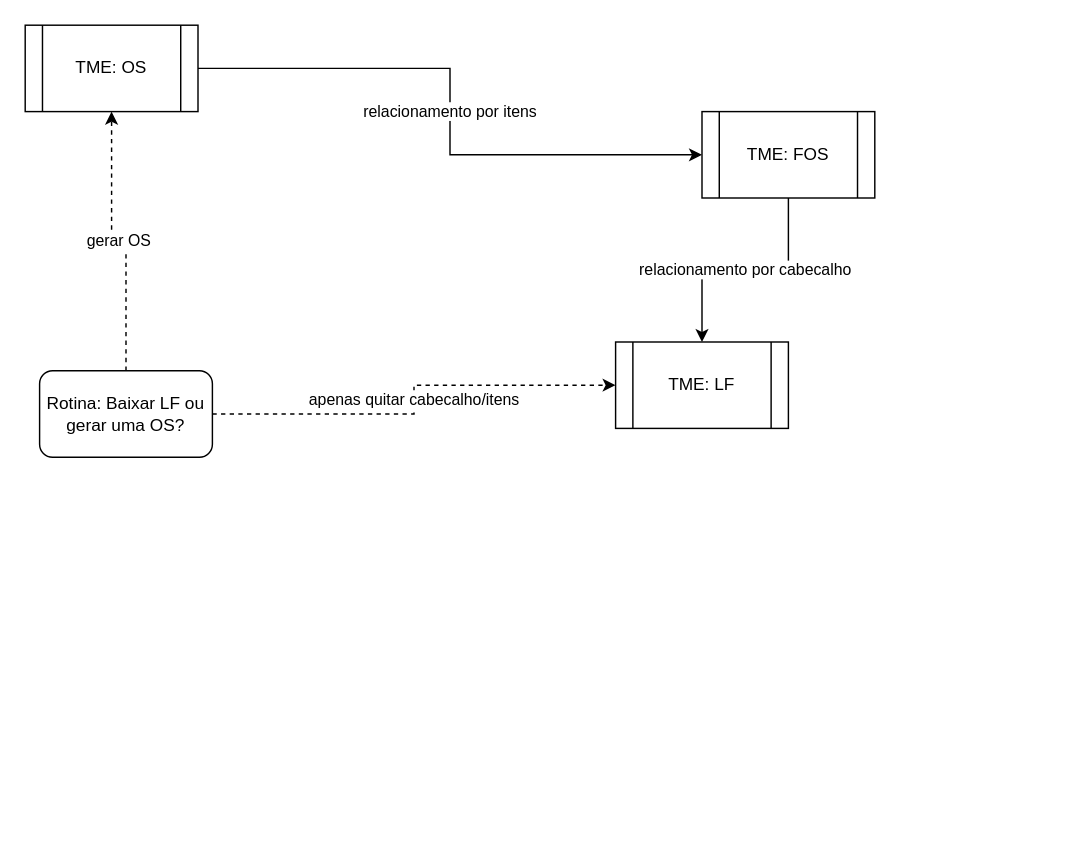
This is diagrams/politec-Lembrete.Futuro.drawio from kaichiro/Omnia-Controls-Lib, a draw.io file, before an edit. Source tidied: cells renumbered, new cells numbered last; positions are measured from the earlier drawing's top-left corner, leaving out a move shared by most shapes. Both pictures are drawn from the tidied source at 144%, with x=0, y=0 at pixel (24, 24).
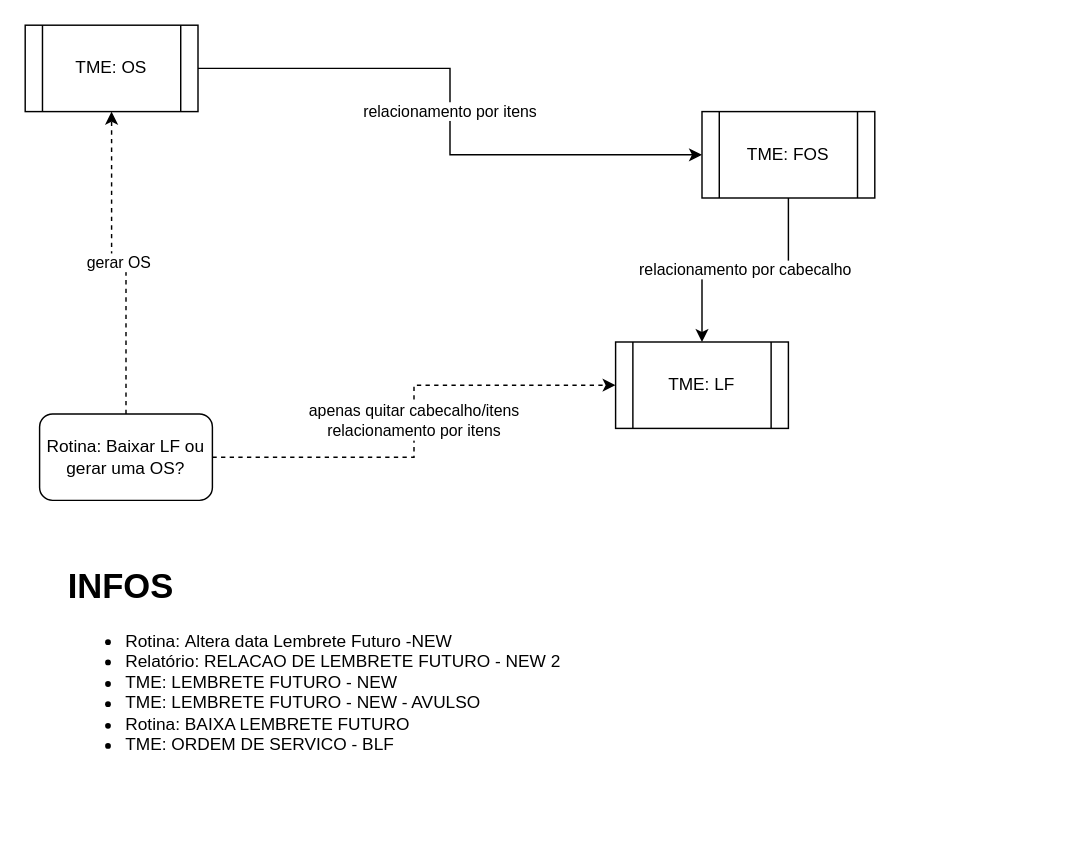
The same diagram, later.

Commit message:
Atualizando diagramas

Change to the diagram source:
```diff
@@
 <mxGraphModel>
   <root>
     <mxCell id="0" />
     <mxCell id="1" parent="0" />
     <mxCell id="2" value="relacionamento por cabecalho" style="edgeStyle=orthogonalEdgeStyle;rounded=0;jettySize=auto;html=1;" parent="1" edge="1" source="3" target="4">
       <mxGeometry relative="1" as="geometry" />
     </mxCell>
     <mxCell id="3" value="TME: FOS" style="shape=process;whiteSpace=wrap;html=1;backgroundOutline=1;" parent="1" vertex="1">
       <mxGeometry x="470" y="60" width="120" height="60" as="geometry" />
     </mxCell>
     <mxCell id="4" value="TME: LF&lt;br&gt;" style="shape=process;whiteSpace=wrap;html=1;backgroundOutline=1;" parent="1" vertex="1">
       <mxGeometry x="410" y="220" width="120" height="60" as="geometry" />
     </mxCell>
     <mxCell id="5" value="relacionamento por itens&lt;br&gt;" style="edgeStyle=orthogonalEdgeStyle;rounded=0;jettySize=auto;html=1;" parent="1" edge="1" source="6" target="3">
       <mxGeometry relative="1" as="geometry" />
     </mxCell>
     <mxCell id="6" value="TME: OS" style="shape=process;whiteSpace=wrap;html=1;backgroundOutline=1;" parent="1" vertex="1">
       <mxGeometry width="120" height="60" as="geometry" />
     </mxCell>
-    <mxCell id="7" value="apenas quitar cabecalho/itens" style="edgeStyle=orthogonalEdgeStyle;rounded=0;jettySize=auto;html=1;entryX=0;entryY=0.5;entryDx=0;entryDy=0;dashed=1;" parent="1" edge="1" source="9" target="4">
+    <mxCell id="7" value="apenas quitar cabecalho/itens&lt;br&gt;relacionamento por itens&lt;br&gt;" style="edgeStyle=orthogonalEdgeStyle;rounded=0;jettySize=auto;html=1;entryX=0;entryY=0.5;entryDx=0;entryDy=0;dashed=1;" parent="1" edge="1" source="9" target="4">
       <mxGeometry relative="1" as="geometry" />
     </mxCell>
     <mxCell id="8" value="gerar OS" style="edgeStyle=orthogonalEdgeStyle;rounded=0;jettySize=auto;html=1;entryX=0.5;entryY=1;entryDx=0;entryDy=0;dashed=1;" parent="1" edge="1" source="9" target="6">
       <mxGeometry relative="1" as="geometry" />
     </mxCell>
     <mxCell id="9" value="Rotina: Baixar LF ou gerar uma OS?" style="rounded=1;whiteSpace=wrap;html=1;" parent="1" vertex="1">
-      <mxGeometry x="10" y="240" width="120" height="60" as="geometry" />
+      <mxGeometry x="10" y="270" width="120" height="60" as="geometry" />
     </mxCell>
+    <mxCell id="10" value="&lt;h1&gt;INFOS&lt;/h1&gt;&lt;ul style=&quot;line-height: 120%&quot;&gt;&lt;li&gt;&lt;span&gt;Rotina:&amp;nbsp;Altera data Lembrete Futuro -NEW&lt;/span&gt;&lt;/li&gt;&lt;li&gt;&lt;span&gt;Relatório:&amp;nbsp;RELACAO DE LEMBRETE FUTURO - NEW 2&lt;/span&gt;&lt;/li&gt;&lt;li&gt;&lt;span&gt;TME:&amp;nbsp;&lt;/span&gt;LEMBRETE FUTURO - NEW&lt;/li&gt;&lt;li&gt;TME:&amp;nbsp;LEMBRETE FUTURO - NEW - AVULSO&lt;/li&gt;&lt;li&gt;Rotina:&amp;nbsp;BAIXA LEMBRETE FUTURO&lt;/li&gt;&lt;li&gt;TME:&amp;nbsp;ORDEM DE SERVICO - BLF&lt;/li&gt;&lt;/ul&gt;" style="text;html=1;strokeColor=none;fillColor=none;spacing=5;spacingTop=-20;whiteSpace=wrap;overflow=hidden;rounded=0;" parent="1" vertex="1">
+      <mxGeometry x="25" y="370" width="695" height="190" as="geometry" />
+    </mxCell>
   </root>
 </mxGraphModel>
```
